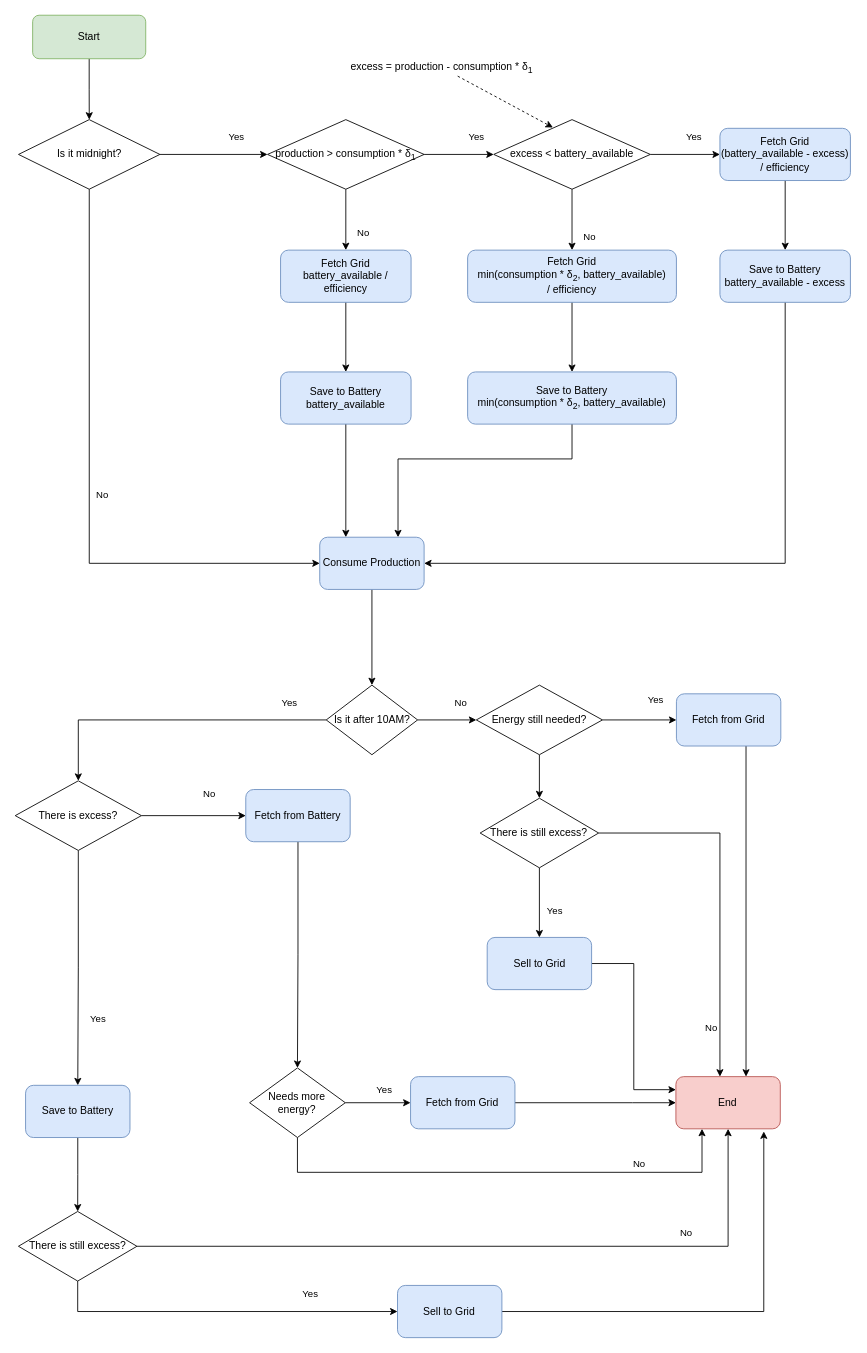
Before: page "Page-3" (3 of 3) of images/algorithm.drawio in miguelmatos-ua/sistema_gestao_rec, a draw.io diagram. Source tidied: cells renumbered, new cells numbered last; positions are measured from the earlier drawing's top-left corner, leaving out a move shared by most shapes. Both pictures are drawn from the tidied source at 87%, with x=0, y=0 at pixel (15, 15).
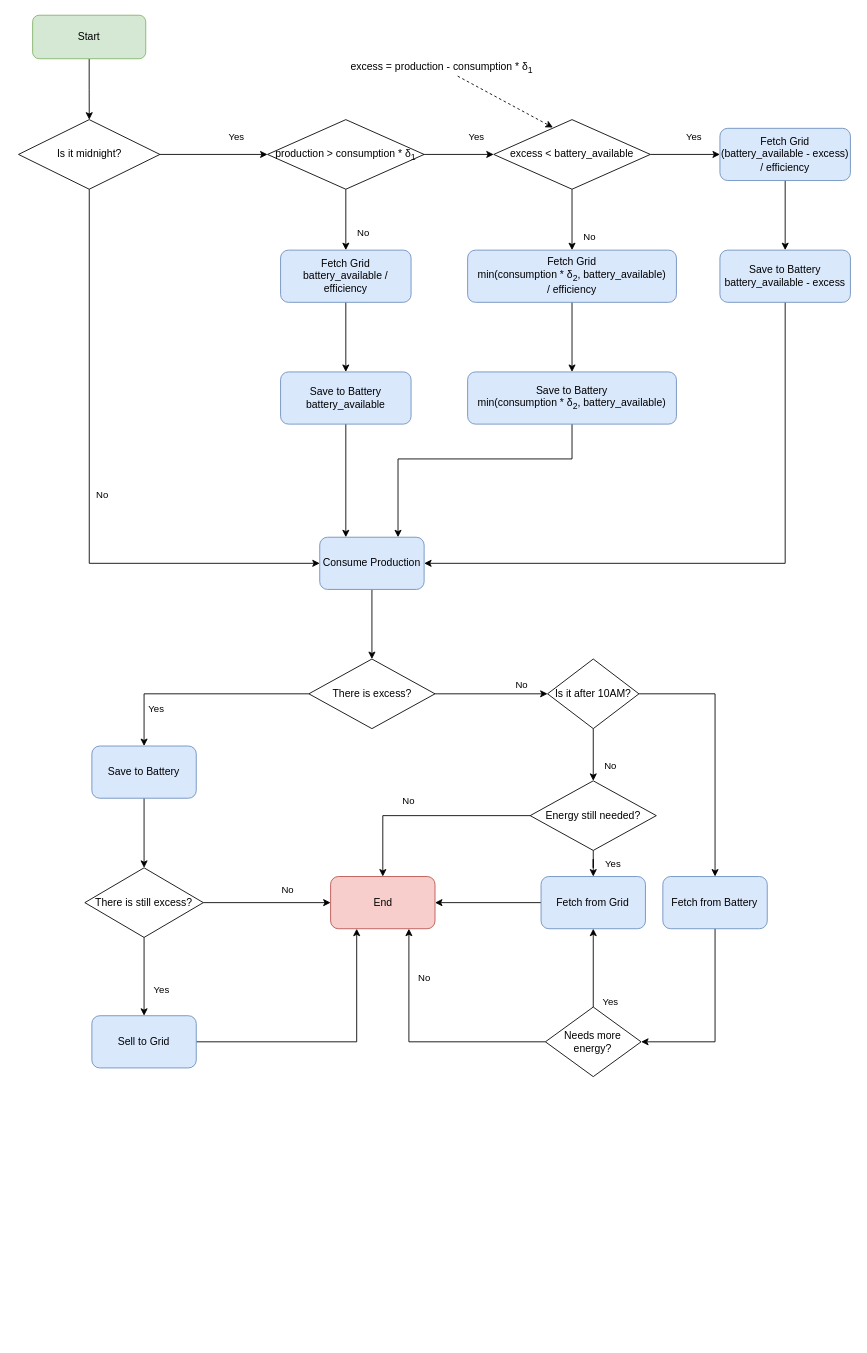
The same page after the edit.

The change refers to these unchanged cells:
```xml
<mxCell id="28" value="Consume Production" style="whiteSpace=wrap;html=1;rounded=1;glass=0;strokeWidth=1;shadow=0;fillColor=#dae8fc;strokeColor=#6c8ebf;" parent="1" vertex="1">
  <mxGeometry x="350" y="600" width="120" height="60" as="geometry" />
</mxCell>
```

Change to the diagram source:
```diff
@@
-    <mxCell id="27" style="edgeStyle=orthogonalEdgeStyle;rounded=0;jettySize=auto;html=1;" parent="1" edge="1" source="28" target="31">
-      <mxGeometry relative="1" as="geometry" />
-    </mxCell>
+    <mxCell id="60" style="edgeStyle=orthogonalEdgeStyle;rounded=0;jettySize=auto;html=1;entryX=0.5;entryY=0;entryDx=0;entryDy=0;" parent="1" edge="1" source="28" target="40">
+      <mxGeometry relative="1" as="geometry" />
+    </mxCell>
@@
-    <mxCell id="29" value="No" style="edgeStyle=orthogonalEdgeStyle;rounded=0;jettySize=auto;html=1;entryX=0;entryY=0.5;entryDx=0;entryDy=0;" parent="1" edge="1" source="31" target="34">
+    <mxCell id="29" value="No" style="edgeStyle=orthogonalEdgeStyle;rounded=0;jettySize=auto;html=1;entryX=0.5;entryY=0;entryDx=0;entryDy=0;" parent="1" edge="1" source="31" target="34">
       <mxGeometry x="0.44" y="20" relative="1" as="geometry" />
     </mxCell>
-    <mxCell id="30" value="Yes" style="edgeStyle=orthogonalEdgeStyle;rounded=0;jettySize=auto;html=1;entryX=0.5;entryY=0;entryDx=0;entryDy=0;" parent="1" edge="1" source="31" target="40">
-      <mxGeometry x="-0.76" y="-20" relative="1" as="geometry" />
-    </mxCell>
+    <mxCell id="61" style="edgeStyle=orthogonalEdgeStyle;rounded=0;jettySize=auto;html=1;" parent="1" edge="1" source="31" target="42">
+      <mxGeometry relative="1" as="geometry" />
+    </mxCell>
     <mxCell id="31" value="Is it after 10AM?" style="rhombus;whiteSpace=wrap;html=1;rounded=0;glass=0;strokeWidth=1;shadow=0;" parent="1" vertex="1">
-      <mxGeometry x="357.5" y="770" width="105" height="80" as="geometry" />
+      <mxGeometry x="611.9" y="740" width="105" height="80" as="geometry" />
     </mxCell>
@@
-    <mxCell id="33" style="edgeStyle=orthogonalEdgeStyle;rounded=0;jettySize=auto;html=1;entryX=0.5;entryY=0;entryDx=0;entryDy=0;" parent="1" edge="1" source="34" target="57">
-      <mxGeometry relative="1" as="geometry" />
-    </mxCell>
+    <mxCell id="62" value="No" style="edgeStyle=orthogonalEdgeStyle;rounded=0;jettySize=auto;html=1;entryX=0.5;entryY=0;entryDx=0;entryDy=0;exitX=0;exitY=0.5;exitDx=0;exitDy=0;" parent="1" edge="1" source="34" target="35">
+      <mxGeometry x="0.17" y="-17" relative="1" as="geometry">
+        <Array as="points">
+          <mxPoint x="423" y="920" />
+        </Array>
+      </mxGeometry>
+    </mxCell>
     <mxCell id="34" value="Energy still needed?" style="rhombus;whiteSpace=wrap;html=1;rounded=0;glass=0;strokeWidth=1;shadow=0;" parent="1" vertex="1">
-      <mxGeometry x="530" y="770" width="145" height="80" as="geometry" />
+      <mxGeometry x="591.9" y="880" width="145" height="80" as="geometry" />
     </mxCell>
-    <mxCell id="35" value="End" style="whiteSpace=wrap;html=1;rounded=1;glass=0;strokeWidth=1;shadow=0;fillColor=#f8cecc;strokeColor=#b85450;" parent="1" vertex="1">
-      <mxGeometry x="759.4" y="1220" width="120" height="60" as="geometry" />
-    </mxCell>
-    <mxCell id="36" style="edgeStyle=orthogonalEdgeStyle;rounded=0;jettySize=auto;html=1;" parent="1" edge="1" source="37">
-      <mxGeometry relative="1" as="geometry">
-        <mxPoint x="840" y="1220" as="targetPoint" />
-        <Array as="points">
-          <mxPoint x="840" y="1220" />
-        </Array>
-      </mxGeometry>
-    </mxCell>
+    <mxCell id="63" style="edgeStyle=orthogonalEdgeStyle;rounded=0;jettySize=auto;html=1;entryX=1;entryY=0.5;entryDx=0;entryDy=0;" parent="1" edge="1" source="37" target="35">
+      <mxGeometry relative="1" as="geometry" />
+    </mxCell>
     <mxCell id="37" value="Fetch from Grid" style="whiteSpace=wrap;html=1;rounded=1;glass=0;strokeWidth=1;shadow=0;fillColor=#dae8fc;strokeColor=#6c8ebf;" parent="1" vertex="1">
-      <mxGeometry x="760" y="780" width="120" height="60" as="geometry" />
+      <mxGeometry x="604.4" y="990" width="120" height="60" as="geometry" />
     </mxCell>
-    <mxCell id="38" value="No" style="edgeStyle=orthogonalEdgeStyle;rounded=0;jettySize=auto;html=1;" parent="1" edge="1" source="40" target="42">
-      <mxGeometry x="0.3" y="25" relative="1" as="geometry" />
-    </mxCell>
-    <mxCell id="39" value="Yes" style="edgeStyle=orthogonalEdgeStyle;rounded=0;jettySize=auto;html=1;" parent="1" edge="1" source="40" target="44">
-      <mxGeometry x="0.44" y="23" relative="1" as="geometry" />
-    </mxCell>
+    <mxCell id="64" value="No" style="edgeStyle=orthogonalEdgeStyle;rounded=0;jettySize=auto;html=1;" parent="1" edge="1" source="40" target="31">
+      <mxGeometry x="0.51" y="10" relative="1" as="geometry">
+        <mxPoint x="1" as="offset" />
+      </mxGeometry>
+    </mxCell>
     <mxCell id="40" value="There is excess?" style="rhombus;whiteSpace=wrap;html=1;rounded=0;glass=0;strokeWidth=1;shadow=0;" parent="1" vertex="1">
-      <mxGeometry y="880" width="145" height="80" as="geometry" />
+      <mxGeometry x="337.5" y="740" width="145" height="80" as="geometry" />
     </mxCell>
     <mxCell id="41" style="edgeStyle=orthogonalEdgeStyle;rounded=0;jettySize=auto;html=1;" parent="1" edge="1" source="42" target="52">
-      <mxGeometry relative="1" as="geometry" />
+      <mxGeometry relative="1" as="geometry">
+        <Array as="points">
+          <mxPoint x="804" y="1180" />
+        </Array>
+      </mxGeometry>
     </mxCell>
     <mxCell id="42" value="Fetch from Battery" style="whiteSpace=wrap;html=1;rounded=1;glass=0;strokeWidth=1;shadow=0;fillColor=#dae8fc;strokeColor=#6c8ebf;" parent="1" vertex="1">
-      <mxGeometry x="265" y="890" width="120" height="60" as="geometry" />
+      <mxGeometry x="744.4" y="990" width="120" height="60" as="geometry" />
     </mxCell>
-    <mxCell id="43" style="edgeStyle=orthogonalEdgeStyle;rounded=0;jettySize=auto;html=1;" parent="1" edge="1" source="44" target="47">
-      <mxGeometry relative="1" as="geometry" />
-    </mxCell>
+    <mxCell id="65" value="Yes" style="edgeStyle=orthogonalEdgeStyle;rounded=0;jettySize=auto;html=1;" parent="1" edge="1" source="52" target="37">
+      <mxGeometry x="-0.86" y="-20" relative="1" as="geometry">
+        <Array as="points">
+          <mxPoint x="664" y="1180" />
+        </Array>
+      </mxGeometry>
+    </mxCell>
+    <mxCell id="50" value="No" style="edgeStyle=orthogonalEdgeStyle;rounded=0;jettySize=auto;html=1;entryX=0.75;entryY=1;entryDx=0;entryDy=0;" parent="1" edge="1" source="52" target="35">
+      <mxGeometry x="0.6" y="-17" relative="1" as="geometry">
+        <Array as="points">
+          <mxPoint x="453" y="1180" />
+        </Array>
+      </mxGeometry>
+    </mxCell>
+    <mxCell id="52" value="Needs more energy?" style="rhombus;whiteSpace=wrap;html=1;rounded=0;glass=0;strokeWidth=1;shadow=0;" parent="1" vertex="1">
+      <mxGeometry x="609.4" y="1140" width="110" height="80" as="geometry" />
+    </mxCell>
+    <mxCell id="39" value="Yes" style="edgeStyle=orthogonalEdgeStyle;rounded=0;jettySize=auto;html=1;entryX=0.5;entryY=0;entryDx=0;entryDy=0;exitX=0;exitY=0.5;exitDx=0;exitDy=0;" parent="1" edge="1" source="40" target="44">
+      <mxGeometry x="0.65" y="14" relative="1" as="geometry" />
+    </mxCell>
+    <mxCell id="66" style="edgeStyle=orthogonalEdgeStyle;rounded=0;jettySize=auto;html=1;entryX=0.5;entryY=0;entryDx=0;entryDy=0;" parent="1" edge="1" source="44" target="69">
+      <mxGeometry relative="1" as="geometry" />
+    </mxCell>
     <mxCell id="44" value="Save to Battery" style="whiteSpace=wrap;html=1;rounded=1;glass=0;strokeWidth=1;shadow=0;fillColor=#dae8fc;strokeColor=#6c8ebf;" parent="1" vertex="1">
-      <mxGeometry x="11.9" y="1230" width="120" height="60" as="geometry" />
+      <mxGeometry x="88.1" y="840" width="120" height="60" as="geometry" />
     </mxCell>
-    <mxCell id="45" value="Yes" style="edgeStyle=orthogonalEdgeStyle;rounded=0;jettySize=auto;html=1;" parent="1" edge="1" source="47" target="49">
-      <mxGeometry x="0.5" y="20" relative="1" as="geometry">
-        <Array as="points">
-          <mxPoint x="72.4" y="1490" />
-        </Array>
-      </mxGeometry>
-    </mxCell>
-    <mxCell id="46" value="No" style="edgeStyle=orthogonalEdgeStyle;rounded=0;jettySize=auto;html=1;entryX=0.5;entryY=1;entryDx=0;entryDy=0;" parent="1" edge="1" source="47" target="35">
-      <mxGeometry x="0.55" y="15" relative="1" as="geometry" />
-    </mxCell>
-    <mxCell id="47" value="There is still excess?" style="rhombus;whiteSpace=wrap;html=1;rounded=0;glass=0;strokeWidth=1;shadow=0;" parent="1" vertex="1">
-      <mxGeometry x="3.7" y="1375" width="136.2" height="80" as="geometry" />
-    </mxCell>
-    <mxCell id="48" style="edgeStyle=orthogonalEdgeStyle;rounded=0;jettySize=auto;html=1;entryX=0.842;entryY=1.05;entryDx=0;entryDy=0;entryPerimeter=0;" parent="1" edge="1" source="49" target="35">
-      <mxGeometry relative="1" as="geometry">
-        <Array as="points">
-          <mxPoint x="860" y="1490" />
-        </Array>
-      </mxGeometry>
-    </mxCell>
-    <mxCell id="49" value="Sell to Grid" style="whiteSpace=wrap;html=1;rounded=1;glass=0;strokeWidth=1;shadow=0;fillColor=#dae8fc;strokeColor=#6c8ebf;" parent="1" vertex="1">
-      <mxGeometry x="439.4" y="1460" width="120" height="60" as="geometry" />
-    </mxCell>
-    <mxCell id="50" value="No" style="edgeStyle=orthogonalEdgeStyle;rounded=0;jettySize=auto;html=1;" parent="1" edge="1" source="52" target="35">
-      <mxGeometry x="0.56" y="10" relative="1" as="geometry">
-        <Array as="points">
-          <mxPoint x="324.4" y="1330" />
-          <mxPoint x="789.4" y="1330" />
-        </Array>
-      </mxGeometry>
-    </mxCell>
-    <mxCell id="51" value="Yes" style="edgeStyle=orthogonalEdgeStyle;rounded=0;jettySize=auto;html=1;" parent="1" edge="1" source="52" target="54">
-      <mxGeometry x="0.2" y="15" relative="1" as="geometry" />
-    </mxCell>
-    <mxCell id="52" value="Needs more energy?" style="rhombus;whiteSpace=wrap;html=1;rounded=0;glass=0;strokeWidth=1;shadow=0;" parent="1" vertex="1">
-      <mxGeometry x="269.4" y="1210" width="110" height="80" as="geometry" />
-    </mxCell>
-    <mxCell id="53" style="edgeStyle=orthogonalEdgeStyle;rounded=0;jettySize=auto;html=1;entryX=0;entryY=0.5;entryDx=0;entryDy=0;" parent="1" edge="1" source="54" target="35">
-      <mxGeometry relative="1" as="geometry">
-        <Array as="points">
-          <mxPoint x="709.4" y="1250" />
-          <mxPoint x="709.4" y="1250" />
-        </Array>
-      </mxGeometry>
-    </mxCell>
-    <mxCell id="54" value="Fetch from Grid" style="whiteSpace=wrap;html=1;rounded=1;glass=0;strokeWidth=1;shadow=0;fillColor=#dae8fc;strokeColor=#6c8ebf;" parent="1" vertex="1">
-      <mxGeometry x="454.4" y="1220" width="120" height="60" as="geometry" />
-    </mxCell>
-    <mxCell id="55" value="No" style="edgeStyle=orthogonalEdgeStyle;rounded=0;jettySize=auto;html=1;" parent="1" edge="1" source="57">
-      <mxGeometry x="0.73" y="-10" relative="1" as="geometry">
-        <mxPoint x="810" y="1220" as="targetPoint" />
-        <Array as="points">
-          <mxPoint x="810" y="940" />
-          <mxPoint x="810" y="1220" />
-        </Array>
-      </mxGeometry>
-    </mxCell>
-    <mxCell id="56" value="Yes" style="edgeStyle=orthogonalEdgeStyle;rounded=0;jettySize=auto;html=1;entryX=0.5;entryY=0;entryDx=0;entryDy=0;" parent="1" edge="1" source="57" target="59">
-      <mxGeometry x="0.25" y="18" relative="1" as="geometry">
-        <mxPoint x="-1" as="offset" />
-      </mxGeometry>
-    </mxCell>
-    <mxCell id="57" value="There is still excess?" style="rhombus;whiteSpace=wrap;html=1;rounded=0;glass=0;strokeWidth=1;shadow=0;" parent="1" vertex="1">
-      <mxGeometry x="534.4" y="900" width="136.2" height="80" as="geometry" />
-    </mxCell>
-    <mxCell id="58" style="edgeStyle=orthogonalEdgeStyle;rounded=0;jettySize=auto;html=1;entryX=0;entryY=0.25;entryDx=0;entryDy=0;" parent="1" edge="1" source="59" target="35">
-      <mxGeometry relative="1" as="geometry" />
-    </mxCell>
-    <mxCell id="59" value="Sell to Grid" style="whiteSpace=wrap;html=1;rounded=1;glass=0;strokeWidth=1;shadow=0;fillColor=#dae8fc;strokeColor=#6c8ebf;" parent="1" vertex="1">
-      <mxGeometry x="542.5" y="1060" width="120" height="60" as="geometry" />
-    </mxCell>
+    <mxCell id="67" value="Yes" style="edgeStyle=orthogonalEdgeStyle;rounded=0;jettySize=auto;html=1;entryX=0.5;entryY=0;entryDx=0;entryDy=0;" parent="1" edge="1" source="69" target="71">
+      <mxGeometry x="0.34" y="20" relative="1" as="geometry" />
+    </mxCell>
+    <mxCell id="68" value="&lt;div&gt;No&lt;/div&gt;" style="edgeStyle=orthogonalEdgeStyle;rounded=0;jettySize=auto;html=1;" parent="1" edge="1" source="69" target="35">
+      <mxGeometry x="0.33" y="14" relative="1" as="geometry" />
+    </mxCell>
+    <mxCell id="69" value="There is still excess?" style="rhombus;whiteSpace=wrap;html=1;rounded=0;glass=0;strokeWidth=1;shadow=0;" parent="1" vertex="1">
+      <mxGeometry x="80" y="980" width="136.2" height="80" as="geometry" />
+    </mxCell>
+    <mxCell id="70" style="edgeStyle=orthogonalEdgeStyle;rounded=0;jettySize=auto;html=1;entryX=0.25;entryY=1;entryDx=0;entryDy=0;" parent="1" edge="1" source="71" target="35">
+      <mxGeometry relative="1" as="geometry">
+        <Array as="points">
+          <mxPoint x="393" y="1180" />
+        </Array>
+      </mxGeometry>
+    </mxCell>
+    <mxCell id="71" value="Sell to Grid" style="whiteSpace=wrap;html=1;rounded=1;glass=0;strokeWidth=1;shadow=0;fillColor=#dae8fc;strokeColor=#6c8ebf;" parent="1" vertex="1">
+      <mxGeometry x="88.1" y="1150" width="120" height="60" as="geometry" />
+    </mxCell>
+    <mxCell id="35" value="End" style="whiteSpace=wrap;html=1;rounded=1;glass=0;strokeWidth=1;shadow=0;fillColor=#f8cecc;strokeColor=#b85450;" parent="1" vertex="1">
+      <mxGeometry x="362.5" y="990" width="120" height="60" as="geometry" />
+    </mxCell>
```
